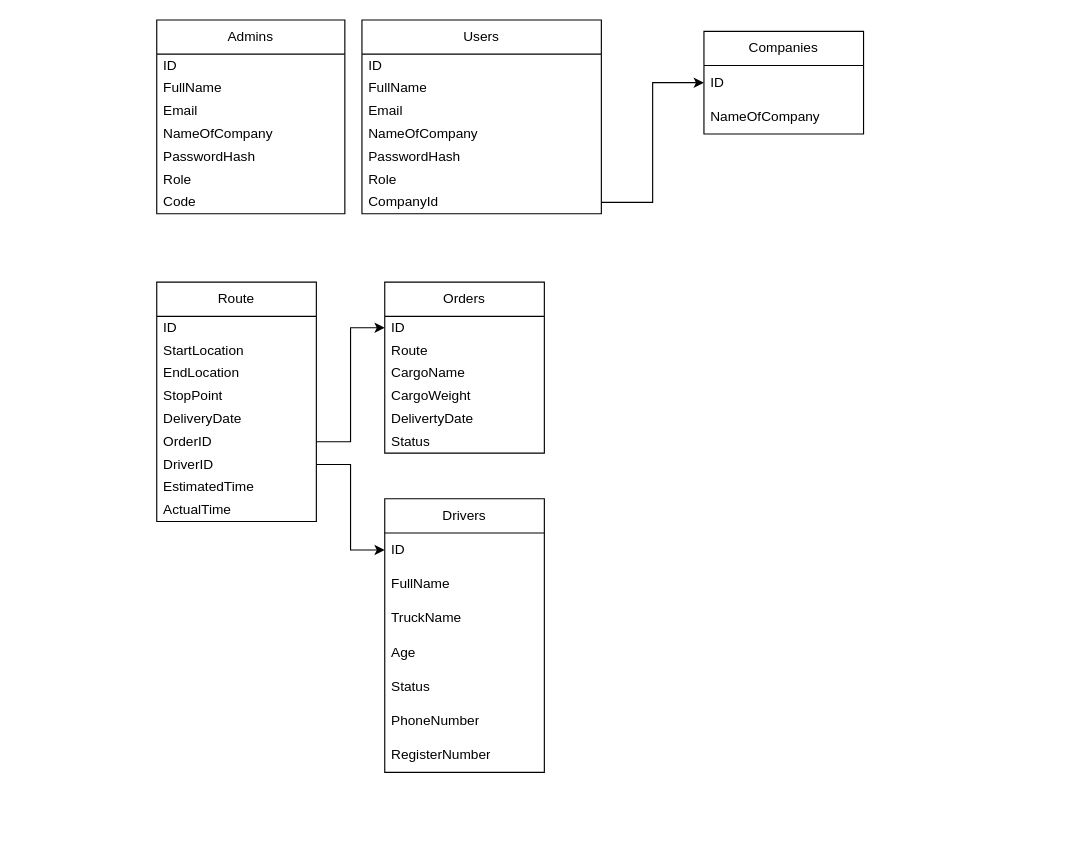
Earlier version of the draw.io diagram DatabaseDiagram.drawio (Ilya22865/LogisticsPro). Source tidied: cells renumbered, new cells numbered last; positions are measured from the earlier drawing's top-left corner, leaving out a move shared by most shapes. Both pictures are drawn from the tidied source at 114%, with x=0, y=0 at pixel (156, 19).
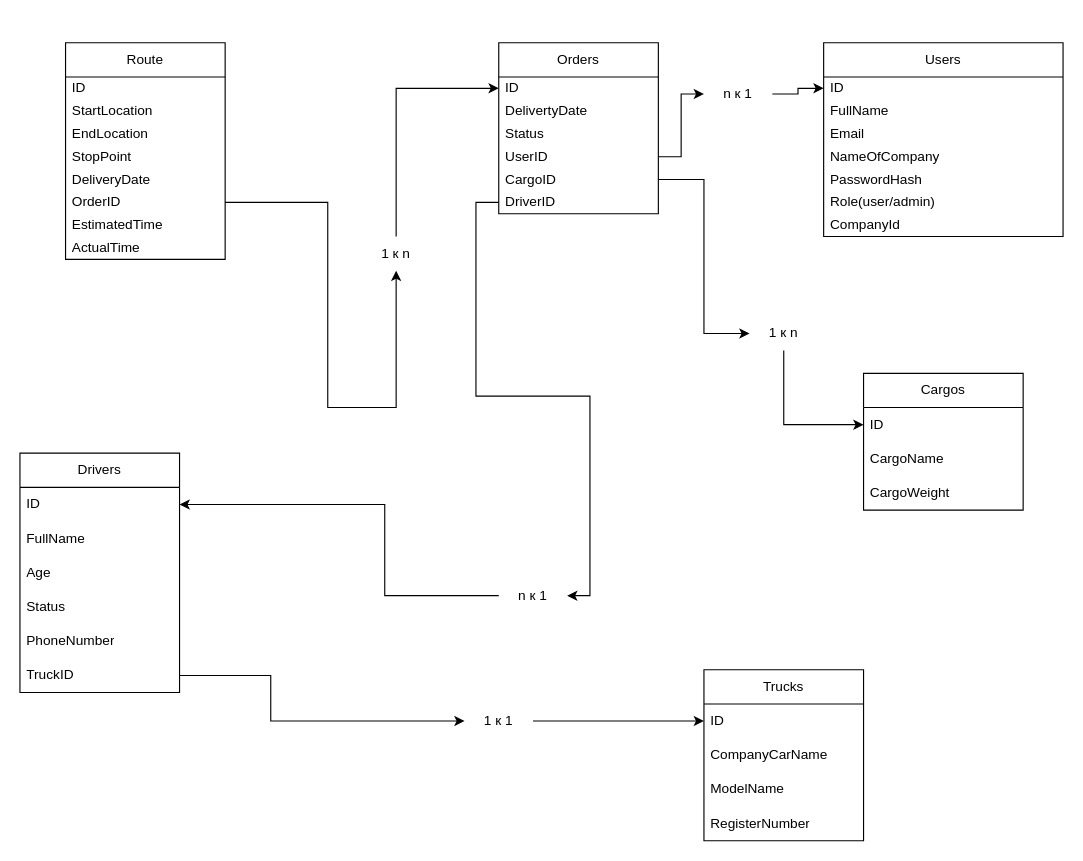
Above is the later version.

Unchanged cells that the change refers to:
```xml
<mxCell id="3" value="ID&lt;span style=&quot;white-space: pre;&quot;&gt;&#9;&lt;/span&gt;" style="text;strokeColor=none;fillColor=none;align=left;verticalAlign=middle;spacingLeft=4;spacingRight=4;overflow=hidden;points=[[0,0.5],[1,0.5]];portConstraint=eastwest;whiteSpace=wrap;html=1;" parent="2" vertex="1">
  <mxGeometry y="30" width="210" height="20" as="geometry" />
</mxCell>
<mxCell id="9" value="CompanyId" style="text;strokeColor=none;fillColor=none;align=left;verticalAlign=middle;spacingLeft=4;spacingRight=4;overflow=hidden;points=[[0,0.5],[1,0.5]];portConstraint=eastwest;whiteSpace=wrap;html=1;" parent="2" vertex="1">
  <mxGeometry y="150" width="210" height="20" as="geometry" />
</mxCell>
<mxCell id="24" value="OrderID" style="text;strokeColor=none;fillColor=none;align=left;verticalAlign=middle;spacingLeft=4;spacingRight=4;overflow=hidden;points=[[0,0.5],[1,0.5]];portConstraint=eastwest;whiteSpace=wrap;html=1;" parent="18" vertex="1">
  <mxGeometry y="130" width="140" height="20" as="geometry" />
</mxCell>
<mxCell id="29" value="ID&lt;span style=&quot;white-space: pre;&quot;&gt;&#9;&lt;/span&gt;" style="text;strokeColor=none;fillColor=none;align=left;verticalAlign=middle;spacingLeft=4;spacingRight=4;overflow=hidden;points=[[0,0.5],[1,0.5]];portConstraint=eastwest;whiteSpace=wrap;html=1;" parent="28" vertex="1">
  <mxGeometry y="30" width="140" height="20" as="geometry" />
</mxCell>
<mxCell id="37" value="ID&lt;span style=&quot;white-space: pre;&quot;&gt;&#9;&lt;/span&gt;" style="text;strokeColor=none;fillColor=none;align=left;verticalAlign=middle;spacingLeft=4;spacingRight=4;overflow=hidden;points=[[0,0.5],[1,0.5]];portConstraint=eastwest;whiteSpace=wrap;html=1;" parent="36" vertex="1">
  <mxGeometry y="30" width="140" height="30" as="geometry" />
</mxCell>
```

What changed in the source:
```diff
@@
     <mxCell id="2" value="Users" style="swimlane;fontStyle=0;horizontal=1;startSize=30;whiteSpace=wrap;html=1;" parent="1" vertex="1">
-      <mxGeometry x="180" width="210" height="170" as="geometry" />
+      <mxGeometry x="585" y="20" width="210" height="170" as="geometry" />
     </mxCell>
@@
-    <mxCell id="8" value="&lt;div&gt;Role&lt;/div&gt;" style="text;strokeColor=none;fillColor=none;align=left;verticalAlign=middle;spacingLeft=4;spacingRight=4;overflow=hidden;whiteSpace=wrap;html=1;" parent="2" vertex="1">
+    <mxCell id="8" value="&lt;div&gt;Role(user/admin)&lt;/div&gt;" style="text;strokeColor=none;fillColor=none;align=left;verticalAlign=middle;spacingLeft=4;spacingRight=4;overflow=hidden;whiteSpace=wrap;html=1;" parent="2" vertex="1">
       <mxGeometry y="130" width="210" height="20" as="geometry" />
     </mxCell>
@@
-    <mxCell id="10" value="Admins" style="swimlane;fontStyle=0;horizontal=1;startSize=30;whiteSpace=wrap;html=1;" parent="1" vertex="1">
-      <mxGeometry width="165" height="170" as="geometry" />
-    </mxCell>
-    <mxCell id="11" value="ID&lt;span style=&quot;white-space: pre;&quot;&gt;&#9;&lt;/span&gt;" style="text;strokeColor=none;fillColor=none;align=left;verticalAlign=middle;spacingLeft=4;spacingRight=4;overflow=hidden;whiteSpace=wrap;html=1;" parent="10" vertex="1">
-      <mxGeometry y="30" width="165" height="20" as="geometry" />
-    </mxCell>
-    <mxCell id="12" value="FullName" style="text;strokeColor=none;fillColor=none;align=left;verticalAlign=middle;spacingLeft=4;spacingRight=4;overflow=hidden;whiteSpace=wrap;html=1;" parent="10" vertex="1">
-      <mxGeometry y="50" width="165" height="20" as="geometry" />
-    </mxCell>
-    <mxCell id="13" value="Email&lt;span style=&quot;white-space: pre;&quot;&gt;&#9;&lt;/span&gt;" style="text;strokeColor=none;fillColor=none;align=left;verticalAlign=middle;spacingLeft=4;spacingRight=4;overflow=hidden;whiteSpace=wrap;html=1;" parent="10" vertex="1">
-      <mxGeometry y="70" width="165" height="20" as="geometry" />
-    </mxCell>
-    <mxCell id="14" value="NameOfCompany&lt;span style=&quot;white-space: pre;&quot;&gt;&#9;&lt;/span&gt;" style="text;strokeColor=none;fillColor=none;align=left;verticalAlign=middle;spacingLeft=4;spacingRight=4;overflow=hidden;whiteSpace=wrap;html=1;" parent="10" vertex="1">
-      <mxGeometry y="90" width="165" height="20" as="geometry" />
-    </mxCell>
-    <mxCell id="15" value="PasswordHash" style="text;strokeColor=none;fillColor=none;align=left;verticalAlign=middle;spacingLeft=4;spacingRight=4;overflow=hidden;whiteSpace=wrap;html=1;" parent="10" vertex="1">
-      <mxGeometry y="110" width="165" height="20" as="geometry" />
-    </mxCell>
-    <mxCell id="16" value="Role" style="text;strokeColor=none;fillColor=none;align=left;verticalAlign=middle;spacingLeft=4;spacingRight=4;overflow=hidden;whiteSpace=wrap;html=1;" parent="10" vertex="1">
-      <mxGeometry y="130" width="165" height="20" as="geometry" />
-    </mxCell>
-    <mxCell id="17" value="Code" style="text;strokeColor=none;fillColor=none;align=left;verticalAlign=middle;spacingLeft=4;spacingRight=4;overflow=hidden;whiteSpace=wrap;html=1;" parent="10" vertex="1">
-      <mxGeometry y="150" width="165" height="20" as="geometry" />
-    </mxCell>
     <mxCell id="18" value="Route" style="swimlane;fontStyle=0;horizontal=1;startSize=30;whiteSpace=wrap;html=1;" parent="1" vertex="1">
-      <mxGeometry y="230" width="140" height="210" as="geometry" />
+      <mxGeometry x="-80" y="20" width="140" height="190" as="geometry" />
     </mxCell>
@@
-    <mxCell id="25" value="DriverID" style="text;strokeColor=none;fillColor=none;align=left;verticalAlign=middle;spacingLeft=4;spacingRight=4;overflow=hidden;points=[[0,0.5],[1,0.5]];portConstraint=eastwest;whiteSpace=wrap;html=1;" parent="18" vertex="1">
-      <mxGeometry y="150" width="140" height="20" as="geometry" />
-    </mxCell>
     <mxCell id="26" value="EstimatedTime" style="text;strokeColor=none;fillColor=none;align=left;verticalAlign=middle;spacingLeft=4;spacingRight=4;overflow=hidden;whiteSpace=wrap;html=1;" parent="18" vertex="1">
-      <mxGeometry y="170" width="140" height="20" as="geometry" />
+      <mxGeometry y="150" width="140" height="20" as="geometry" />
     </mxCell>
     <mxCell id="27" value="ActualTime" style="text;strokeColor=none;fillColor=none;align=left;verticalAlign=middle;spacingLeft=4;spacingRight=4;overflow=hidden;whiteSpace=wrap;html=1;" parent="18" vertex="1">
-      <mxGeometry y="190" width="140" height="20" as="geometry" />
+      <mxGeometry y="170" width="140" height="20" as="geometry" />
     </mxCell>
     <mxCell id="28" value="Orders" style="swimlane;fontStyle=0;horizontal=1;startSize=30;whiteSpace=wrap;html=1;" parent="1" vertex="1">
-      <mxGeometry x="200" y="230" width="140" height="150" as="geometry" />
+      <mxGeometry x="300" y="20" width="140" height="150" as="geometry" />
     </mxCell>
@@
-    <mxCell id="30" value="Route" style="text;strokeColor=none;fillColor=none;align=left;verticalAlign=middle;spacingLeft=4;spacingRight=4;overflow=hidden;whiteSpace=wrap;html=1;" parent="28" vertex="1">
-      <mxGeometry y="50" width="140" height="20" as="geometry" />
-    </mxCell>
-    <mxCell id="31" value="CargoName" style="text;strokeColor=none;fillColor=none;align=left;verticalAlign=middle;spacingLeft=4;spacingRight=4;overflow=hidden;whiteSpace=wrap;html=1;" parent="28" vertex="1">
-      <mxGeometry y="70" width="140" height="20" as="geometry" />
-    </mxCell>
-    <mxCell id="32" value="CargoWeight" style="text;strokeColor=none;fillColor=none;align=left;verticalAlign=middle;spacingLeft=4;spacingRight=4;overflow=hidden;whiteSpace=wrap;html=1;" parent="28" vertex="1">
-      <mxGeometry y="90" width="140" height="20" as="geometry" />
-    </mxCell>
     <mxCell id="33" value="DelivertyDate" style="text;strokeColor=none;fillColor=none;align=left;verticalAlign=middle;spacingLeft=4;spacingRight=4;overflow=hidden;whiteSpace=wrap;html=1;" parent="28" vertex="1">
-      <mxGeometry y="110" width="140" height="20" as="geometry" />
+      <mxGeometry y="50" width="140" height="20" as="geometry" />
     </mxCell>
     <mxCell id="34" value="Status" style="text;strokeColor=none;fillColor=none;align=left;verticalAlign=middle;spacingLeft=4;spacingRight=4;overflow=hidden;whiteSpace=wrap;html=1;" parent="28" vertex="1">
-      <mxGeometry y="130" width="140" height="20" as="geometry" />
+      <mxGeometry y="70" width="140" height="20" as="geometry" />
     </mxCell>
+    <mxCell id="49" value="UserID" style="text;strokeColor=none;fillColor=none;align=left;verticalAlign=middle;spacingLeft=4;spacingRight=4;overflow=hidden;points=[[0,0.5],[1,0.5]];portConstraint=eastwest;whiteSpace=wrap;html=1;" parent="28" vertex="1">
+      <mxGeometry y="90" width="140" height="20" as="geometry" />
+    </mxCell>
+    <mxCell id="50" value="CargoID" style="text;strokeColor=none;fillColor=none;align=left;verticalAlign=middle;spacingLeft=4;spacingRight=4;overflow=hidden;points=[[0,0.5],[1,0.5]];portConstraint=eastwest;whiteSpace=wrap;html=1;" parent="28" vertex="1">
+      <mxGeometry y="110" width="140" height="20" as="geometry" />
+    </mxCell>
+    <mxCell id="25" value="DriverID" style="text;strokeColor=none;fillColor=none;align=left;verticalAlign=middle;spacingLeft=4;spacingRight=4;overflow=hidden;points=[[0,0.5],[1,0.5]];portConstraint=eastwest;whiteSpace=wrap;html=1;" parent="28" vertex="1">
+      <mxGeometry y="130" width="140" height="20" as="geometry" />
+    </mxCell>
-    <mxCell id="35" style="edgeStyle=orthogonalEdgeStyle;rounded=0;jettySize=auto;html=1;" parent="1" edge="1" source="24" target="29">
+    <mxCell id="35" style="edgeStyle=orthogonalEdgeStyle;rounded=0;jettySize=auto;html=1;" parent="1" edge="1" source="68" target="29">
       <mxGeometry relative="1" as="geometry" />
     </mxCell>
     <mxCell id="36" value="Drivers" style="swimlane;fontStyle=0;horizontal=1;startSize=30;whiteSpace=wrap;html=1;" parent="1" vertex="1">
-      <mxGeometry x="200" y="420" width="140" height="240" as="geometry" />
+      <mxGeometry x="-120" y="380" width="140" height="210" as="geometry" />
     </mxCell>
@@
-    <mxCell id="39" value="TruckName" style="text;strokeColor=none;fillColor=none;align=left;verticalAlign=middle;spacingLeft=4;spacingRight=4;overflow=hidden;whiteSpace=wrap;html=1;" parent="36" vertex="1">
-      <mxGeometry y="90" width="140" height="30" as="geometry" />
-    </mxCell>
     <mxCell id="40" value="Age" style="text;strokeColor=none;fillColor=none;align=left;verticalAlign=middle;spacingLeft=4;spacingRight=4;overflow=hidden;whiteSpace=wrap;html=1;" parent="36" vertex="1">
-      <mxGeometry y="120" width="140" height="30" as="geometry" />
+      <mxGeometry y="90" width="140" height="30" as="geometry" />
     </mxCell>
     <mxCell id="41" value="Status" style="text;strokeColor=none;fillColor=none;align=left;verticalAlign=middle;spacingLeft=4;spacingRight=4;overflow=hidden;whiteSpace=wrap;html=1;" parent="36" vertex="1">
-      <mxGeometry y="150" width="140" height="30" as="geometry" />
+      <mxGeometry y="120" width="140" height="30" as="geometry" />
     </mxCell>
     <mxCell id="42" value="PhoneNumber" style="text;strokeColor=none;fillColor=none;align=left;verticalAlign=middle;spacingLeft=4;spacingRight=4;overflow=hidden;whiteSpace=wrap;html=1;" parent="36" vertex="1">
-      <mxGeometry y="180" width="140" height="30" as="geometry" />
+      <mxGeometry y="150" width="140" height="30" as="geometry" />
     </mxCell>
+    <mxCell id="51" value="TruckID" style="text;strokeColor=none;fillColor=none;align=left;verticalAlign=middle;spacingLeft=4;spacingRight=4;overflow=hidden;points=[[0,0.5],[1,0.5]];portConstraint=eastwest;whiteSpace=wrap;html=1;" parent="36" vertex="1">
+      <mxGeometry y="180" width="140" height="30" as="geometry" />
+    </mxCell>
+    <mxCell id="52" value="Trucks" style="swimlane;fontStyle=0;horizontal=1;startSize=30;whiteSpace=wrap;html=1;" parent="1" vertex="1">
+      <mxGeometry x="480" y="570" width="140" height="150" as="geometry" />
+    </mxCell>
+    <mxCell id="53" value="ID" style="text;strokeColor=none;fillColor=none;align=left;verticalAlign=middle;spacingLeft=4;spacingRight=4;overflow=hidden;points=[[0,0.5],[1,0.5]];portConstraint=eastwest;whiteSpace=wrap;html=1;" parent="52" vertex="1">
+      <mxGeometry y="30" width="140" height="30" as="geometry" />
+    </mxCell>
+    <mxCell id="54" value="CompanyCarName" style="text;strokeColor=none;fillColor=none;align=left;verticalAlign=middle;spacingLeft=4;spacingRight=4;overflow=hidden;whiteSpace=wrap;html=1;" parent="52" vertex="1">
+      <mxGeometry y="60" width="140" height="30" as="geometry" />
+    </mxCell>
+    <mxCell id="55" value="ModelName" style="text;strokeColor=none;fillColor=none;align=left;verticalAlign=middle;spacingLeft=4;spacingRight=4;overflow=hidden;whiteSpace=wrap;html=1;" parent="52" vertex="1">
+      <mxGeometry y="90" width="140" height="30" as="geometry" />
+    </mxCell>
-    <mxCell id="43" value="RegisterNumber" style="text;strokeColor=none;fillColor=none;align=left;verticalAlign=middle;spacingLeft=4;spacingRight=4;overflow=hidden;whiteSpace=wrap;html=1;" parent="36" vertex="1">
-      <mxGeometry y="210" width="140" height="30" as="geometry" />
+    <mxCell id="43" value="RegisterNumber" style="text;strokeColor=none;fillColor=none;align=left;verticalAlign=middle;spacingLeft=4;spacingRight=4;overflow=hidden;whiteSpace=wrap;html=1;" parent="52" vertex="1">
+      <mxGeometry y="120" width="140" height="30" as="geometry" />
     </mxCell>
-    <mxCell id="44" style="edgeStyle=orthogonalEdgeStyle;rounded=0;jettySize=auto;html=1;entryX=0;entryY=0.5;entryDx=0;entryDy=0;" parent="1" edge="1" source="25" target="37">
-      <mxGeometry relative="1" as="geometry" />
-    </mxCell>
-    <mxCell id="45" value="Companies" style="swimlane;fontStyle=0;horizontal=1;startSize=30;whiteSpace=wrap;html=1;" parent="1" vertex="1">
-      <mxGeometry x="480" y="10" width="140" height="90" as="geometry" />
-    </mxCell>
-    <mxCell id="46" value="ID" style="text;strokeColor=none;fillColor=none;align=left;verticalAlign=middle;spacingLeft=4;spacingRight=4;overflow=hidden;whiteSpace=wrap;html=1;" parent="45" vertex="1">
-      <mxGeometry y="30" width="140" height="30" as="geometry" />
-    </mxCell>
-    <mxCell id="47" value="NameOfCompany" style="text;strokeColor=none;fillColor=none;align=left;verticalAlign=middle;spacingLeft=4;spacingRight=4;overflow=hidden;whiteSpace=wrap;html=1;" parent="45" vertex="1">
-      <mxGeometry y="60" width="140" height="30" as="geometry" />
-    </mxCell>
-    <mxCell id="48" style="edgeStyle=orthogonalEdgeStyle;rounded=0;jettySize=auto;html=1;entryX=0;entryY=0.5;entryDx=0;entryDy=0;" parent="1" edge="1" source="9" target="45">
-      <mxGeometry relative="1" as="geometry" />
-    </mxCell>
+    <mxCell id="56" style="edgeStyle=orthogonalEdgeStyle;rounded=0;jettySize=auto;html=1;entryX=0;entryY=0.5;entryDx=0;entryDy=0;" parent="1" edge="1" source="64" target="53">
+      <mxGeometry relative="1" as="geometry" />
+    </mxCell>
+    <mxCell id="57" value="Cargos" style="swimlane;fontStyle=0;horizontal=1;startSize=30;whiteSpace=wrap;html=1;" parent="1" vertex="1">
+      <mxGeometry x="620" y="310" width="140" height="120" as="geometry" />
+    </mxCell>
+    <mxCell id="58" value="ID" style="text;strokeColor=none;fillColor=none;align=left;verticalAlign=middle;spacingLeft=4;spacingRight=4;overflow=hidden;points=[[0,0.5],[1,0.5]];portConstraint=eastwest;whiteSpace=wrap;html=1;" parent="57" vertex="1">
+      <mxGeometry y="30" width="140" height="30" as="geometry" />
+    </mxCell>
+    <mxCell id="31" value="CargoName" style="text;strokeColor=none;fillColor=none;align=left;verticalAlign=middle;spacingLeft=4;spacingRight=4;overflow=hidden;whiteSpace=wrap;html=1;" parent="57" vertex="1">
+      <mxGeometry y="60" width="140" height="30" as="geometry" />
+    </mxCell>
+    <mxCell id="32" value="CargoWeight" style="text;strokeColor=none;fillColor=none;align=left;verticalAlign=middle;spacingLeft=4;spacingRight=4;overflow=hidden;whiteSpace=wrap;html=1;" parent="57" vertex="1">
+      <mxGeometry y="90" width="140" height="30" as="geometry" />
+    </mxCell>
+    <mxCell id="59" style="edgeStyle=orthogonalEdgeStyle;rounded=0;jettySize=auto;html=1;entryX=0;entryY=0.5;entryDx=0;entryDy=0;" parent="1" edge="1" source="62" target="58">
+      <mxGeometry relative="1" as="geometry" />
+    </mxCell>
+    <mxCell id="60" style="edgeStyle=orthogonalEdgeStyle;rounded=0;jettySize=auto;html=1;entryX=1;entryY=0.5;entryDx=0;entryDy=0;" parent="1" edge="1" source="66" target="37">
+      <mxGeometry relative="1" as="geometry">
+        <Array as="points">
+          <mxPoint x="200" y="505" />
+          <mxPoint x="200" y="425" />
+        </Array>
+      </mxGeometry>
+    </mxCell>
+    <mxCell id="61" style="edgeStyle=orthogonalEdgeStyle;rounded=0;jettySize=auto;html=1;entryX=0;entryY=0.5;entryDx=0;entryDy=0;" parent="1" edge="1" source="50" target="62">
+      <mxGeometry relative="1" as="geometry" />
+    </mxCell>
+    <mxCell id="62" value="1 к n" style="text;html=1;whiteSpace=wrap;strokeColor=none;fillColor=none;align=center;verticalAlign=middle;rounded=0;" parent="1" vertex="1">
+      <mxGeometry x="520" y="260" width="60" height="30" as="geometry" />
+    </mxCell>
+    <mxCell id="63" style="edgeStyle=orthogonalEdgeStyle;rounded=0;jettySize=auto;html=1;entryX=0;entryY=0.5;entryDx=0;entryDy=0;" parent="1" edge="1" source="51" target="64">
+      <mxGeometry relative="1" as="geometry">
+        <Array as="points">
+          <mxPoint x="100" y="575" />
+          <mxPoint x="100" y="615" />
+        </Array>
+      </mxGeometry>
+    </mxCell>
+    <mxCell id="64" value="1 к 1" style="text;html=1;whiteSpace=wrap;strokeColor=none;fillColor=none;align=center;verticalAlign=middle;rounded=0;" parent="1" vertex="1">
+      <mxGeometry x="270" y="600" width="60" height="30" as="geometry" />
+    </mxCell>
+    <mxCell id="65" style="edgeStyle=orthogonalEdgeStyle;rounded=0;jettySize=auto;html=1;entryX=1;entryY=0.5;entryDx=0;entryDy=0;" parent="1" edge="1" source="25" target="66">
+      <mxGeometry relative="1" as="geometry" />
+    </mxCell>
+    <mxCell id="66" value="n к 1" style="text;html=1;whiteSpace=wrap;strokeColor=none;fillColor=none;align=center;verticalAlign=middle;rounded=0;" parent="1" vertex="1">
+      <mxGeometry x="300" y="490" width="60" height="30" as="geometry" />
+    </mxCell>
+    <mxCell id="67" style="edgeStyle=orthogonalEdgeStyle;rounded=0;jettySize=auto;html=1;" parent="1" edge="1" source="24" target="68">
+      <mxGeometry relative="1" as="geometry">
+        <Array as="points">
+          <mxPoint x="150" y="160" />
+          <mxPoint x="150" y="340" />
+        </Array>
+      </mxGeometry>
+    </mxCell>
+    <mxCell id="68" value="1 к n" style="text;html=1;whiteSpace=wrap;strokeColor=none;fillColor=none;align=center;verticalAlign=middle;rounded=0;" parent="1" vertex="1">
+      <mxGeometry x="180" y="190" width="60" height="30" as="geometry" />
+    </mxCell>
+    <mxCell id="69" style="edgeStyle=orthogonalEdgeStyle;rounded=0;jettySize=auto;html=1;entryX=0;entryY=0.5;entryDx=0;entryDy=0;" parent="1" edge="1" source="71" target="3">
+      <mxGeometry relative="1" as="geometry" />
+    </mxCell>
+    <mxCell id="70" style="edgeStyle=orthogonalEdgeStyle;rounded=0;jettySize=auto;html=1;entryX=0;entryY=0.5;entryDx=0;entryDy=0;" parent="1" edge="1" source="49" target="71">
+      <mxGeometry relative="1" as="geometry" />
+    </mxCell>
+    <mxCell id="71" value="n к 1" style="text;html=1;whiteSpace=wrap;strokeColor=none;fillColor=none;align=center;verticalAlign=middle;rounded=0;" parent="1" vertex="1">
+      <mxGeometry x="480" y="50" width="60" height="30" as="geometry" />
+    </mxCell>
```
